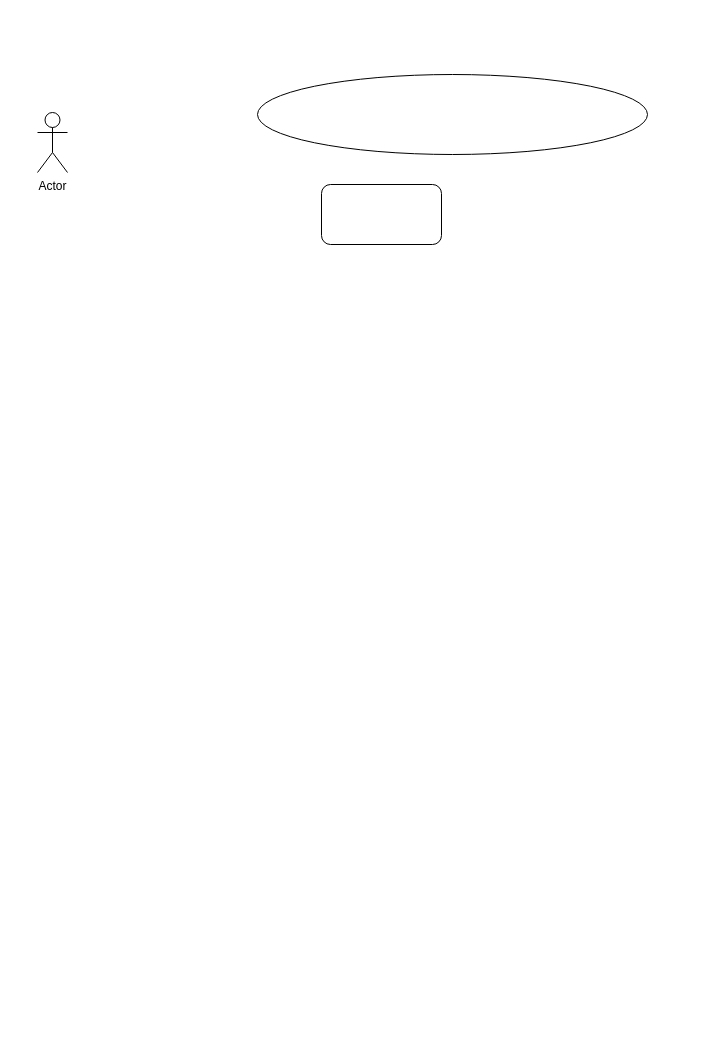
This is page "Use-case" (1 of 4) of Диаграмма без названия.drawio from Nikolai-ip/Coffe-Story-Unity-game, a draw.io file, before an edit. Source tidied: cells renumbered, new cells numbered last; positions are measured from the earlier drawing's top-left corner, leaving out a move shared by most shapes. Both pictures are drawn from the tidied source at 100%, with x=0, y=0 at pixel (37, 74).
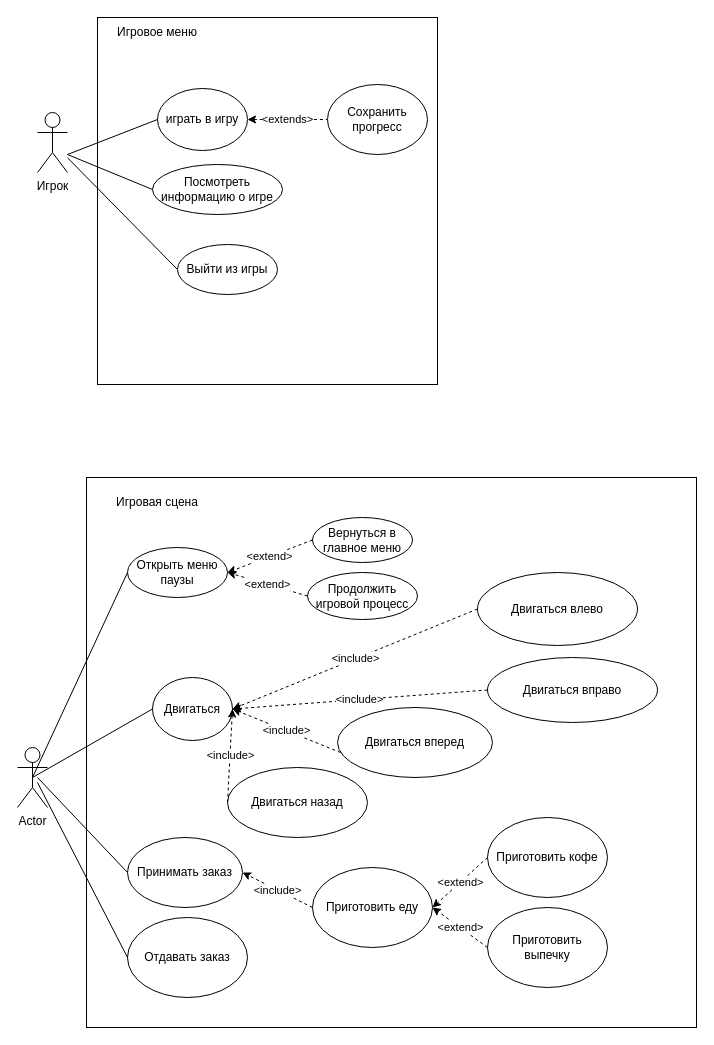
The same page after the edit.

What changed in the source:
```diff
@@
-    <mxCell id="2" value="Actor" style="shape=umlActor;verticalLabelPosition=bottom;verticalAlign=top;html=1;outlineConnect=0;" parent="1" vertex="1">
+    <mxCell id="2" value="Игрок" style="shape=umlActor;verticalLabelPosition=bottom;verticalAlign=top;html=1;outlineConnect=0;" parent="1" vertex="1">
       <mxGeometry y="38" width="30" height="60" as="geometry" />
     </mxCell>
-    <mxCell id="3" style="rounded=1;whiteSpace=wrap;html=1;" parent="1" vertex="1">
-      <mxGeometry x="284" y="110" width="120" height="60" as="geometry" />
-    </mxCell>
-    <mxCell id="4" style="ellipse;whiteSpace=wrap;html=1;" parent="1" vertex="1">
-      <mxGeometry x="220" width="390" height="80" as="geometry" />
-    </mxCell>
+    <mxCell id="5" style="rounded=0;whiteSpace=wrap;html=1;" parent="1" vertex="1">
+      <mxGeometry x="60" y="-57" width="340" height="367" as="geometry" />
+    </mxCell>
+    <mxCell id="6" value="Игровое меню" style="text;html=1;strokeColor=none;fillColor=none;align=center;verticalAlign=middle;whiteSpace=wrap;rounded=0;" parent="1" vertex="1">
+      <mxGeometry x="60" y="-57" width="120" height="30" as="geometry" />
+    </mxCell>
+    <mxCell id="7" value="играть в игру" style="ellipse;whiteSpace=wrap;html=1;" parent="1" vertex="1">
+      <mxGeometry x="120" y="14" width="90" height="62" as="geometry" />
+    </mxCell>
+    <mxCell id="8" value="&amp;lt;extends&amp;gt;" style="endArrow=none;html=1;rounded=0;exitX=1;exitY=0.5;exitDx=0;exitDy=0;dashed=1;endFill=0;startArrow=classic;startFill=1;" parent="1" edge="1" source="7" target="9">
+      <mxGeometry relative="1" as="geometry" />
+    </mxCell>
+    <mxCell id="9" value="Сохранить прогресс" style="ellipse;whiteSpace=wrap;html=1;" parent="1" vertex="1">
+      <mxGeometry x="290" y="10" width="100" height="70" as="geometry" />
+    </mxCell>
+    <mxCell id="10" value="Выйти из игры" style="ellipse;whiteSpace=wrap;html=1;" parent="1" vertex="1">
+      <mxGeometry x="140" y="170" width="100" height="50" as="geometry" />
+    </mxCell>
+    <mxCell id="11" style="endArrow=none;html=1;rounded=0;entryX=0;entryY=0.5;entryDx=0;entryDy=0;endFill=0;" parent="1" edge="1" source="2" target="10">
+      <mxGeometry relative="1" as="geometry" />
+    </mxCell>
+    <mxCell id="12" style="endArrow=none;html=1;rounded=0;entryX=0;entryY=0.5;entryDx=0;entryDy=0;" parent="1" edge="1" target="7">
+      <mxGeometry relative="1" as="geometry">
+        <mxPoint x="30" y="80" as="sourcePoint" />
+      </mxGeometry>
+    </mxCell>
+    <mxCell id="13" value="Посмотреть информацию о игре" style="ellipse;whiteSpace=wrap;html=1;" parent="1" vertex="1">
+      <mxGeometry x="115" y="90" width="130" height="50" as="geometry" />
+    </mxCell>
+    <mxCell id="14" style="endArrow=none;html=1;rounded=0;entryX=0;entryY=0.5;entryDx=0;entryDy=0;" parent="1" edge="1" target="13">
+      <mxGeometry relative="1" as="geometry">
+        <mxPoint x="30" y="80" as="sourcePoint" />
+      </mxGeometry>
+    </mxCell>
+    <mxCell id="15" value="Actor" style="shape=umlActor;verticalLabelPosition=bottom;verticalAlign=top;html=1;outlineConnect=0;" parent="1" vertex="1">
+      <mxGeometry x="-20" y="673" width="30" height="60" as="geometry" />
+    </mxCell>
+    <mxCell id="16" style="rounded=0;whiteSpace=wrap;html=1;" parent="1" vertex="1">
+      <mxGeometry x="49" y="403" width="610" height="550" as="geometry" />
+    </mxCell>
+    <mxCell id="17" value="Игровая сцена" style="text;html=1;strokeColor=none;fillColor=none;align=center;verticalAlign=middle;whiteSpace=wrap;rounded=0;" parent="1" vertex="1">
+      <mxGeometry x="70" y="413" width="100" height="30" as="geometry" />
+    </mxCell>
+    <mxCell id="18" value="Открыть меню паузы" style="ellipse;whiteSpace=wrap;html=1;" parent="1" vertex="1">
+      <mxGeometry x="90" y="473" width="100" height="50" as="geometry" />
+    </mxCell>
+    <mxCell id="19" value="Продолжить игровой процесс" style="ellipse;whiteSpace=wrap;html=1;" parent="1" vertex="1">
+      <mxGeometry x="270" y="498" width="110" height="47" as="geometry" />
+    </mxCell>
+    <mxCell id="20" value="Вернуться в главное меню" style="ellipse;whiteSpace=wrap;html=1;" parent="1" vertex="1">
+      <mxGeometry x="275" y="443" width="100" height="45" as="geometry" />
+    </mxCell>
+    <mxCell id="21" value="Двигаться" style="ellipse;whiteSpace=wrap;html=1;" parent="1" vertex="1">
+      <mxGeometry x="115" y="603" width="80" height="63" as="geometry" />
+    </mxCell>
+    <mxCell id="22" value="Двигаться влево" style="ellipse;whiteSpace=wrap;html=1;" parent="1" vertex="1">
+      <mxGeometry x="440" y="498" width="160" height="73" as="geometry" />
+    </mxCell>
+    <mxCell id="23" value="Двигаться вперед" style="ellipse;whiteSpace=wrap;html=1;" parent="1" vertex="1">
+      <mxGeometry x="300" y="633" width="155" height="70" as="geometry" />
+    </mxCell>
+    <mxCell id="24" value="Двигаться вправо" style="ellipse;whiteSpace=wrap;html=1;" parent="1" vertex="1">
+      <mxGeometry x="450" y="583" width="170" height="65" as="geometry" />
+    </mxCell>
+    <mxCell id="25" value="Принимать заказ" style="ellipse;whiteSpace=wrap;html=1;" parent="1" vertex="1">
+      <mxGeometry x="90" y="763" width="115" height="70" as="geometry" />
+    </mxCell>
+    <mxCell id="26" value="Двигаться назад" style="ellipse;whiteSpace=wrap;html=1;" parent="1" vertex="1">
+      <mxGeometry x="190" y="693" width="140" height="70" as="geometry" />
+    </mxCell>
+    <mxCell id="27" value="Отдавать заказ" style="ellipse;whiteSpace=wrap;html=1;" parent="1" vertex="1">
+      <mxGeometry x="90" y="843" width="120" height="80" as="geometry" />
+    </mxCell>
+    <mxCell id="28" value="Приготовить еду" style="ellipse;whiteSpace=wrap;html=1;" parent="1" vertex="1">
+      <mxGeometry x="275" y="793" width="120" height="80" as="geometry" />
+    </mxCell>
+    <mxCell id="29" value="Приготовить кофе" style="ellipse;whiteSpace=wrap;html=1;" parent="1" vertex="1">
+      <mxGeometry x="450" y="743" width="120" height="80" as="geometry" />
+    </mxCell>
+    <mxCell id="30" value="Приготовить выпечку" style="ellipse;whiteSpace=wrap;html=1;" parent="1" vertex="1">
+      <mxGeometry x="450" y="833" width="120" height="80" as="geometry" />
+    </mxCell>
+    <mxCell id="31" value="&amp;lt;include&amp;gt;" style="endArrow=classic;html=1;rounded=0;exitX=0;exitY=0.5;exitDx=0;exitDy=0;dashed=1;entryX=1;entryY=0.5;entryDx=0;entryDy=0;" parent="1" edge="1" source="22" target="21">
+      <mxGeometry relative="1" as="geometry" />
+    </mxCell>
+    <mxCell id="32" value="&amp;lt;include&amp;gt;" style="endArrow=classic;html=1;rounded=0;dashed=1;entryX=1;entryY=0.5;entryDx=0;entryDy=0;exitX=0;exitY=0.5;exitDx=0;exitDy=0;" parent="1" edge="1" source="24" target="21">
+      <mxGeometry relative="1" as="geometry" />
+    </mxCell>
+    <mxCell id="33" value="&amp;lt;include&amp;gt;" style="endArrow=classic;html=1;rounded=0;dashed=1;exitX=0.02;exitY=0.643;exitDx=0;exitDy=0;exitPerimeter=0;entryX=1;entryY=0.5;entryDx=0;entryDy=0;" parent="1" edge="1" source="23" target="21">
+      <mxGeometry relative="1" as="geometry" />
+    </mxCell>
+    <mxCell id="34" value="&amp;lt;include&amp;gt;" style="endArrow=classic;html=1;rounded=0;dashed=1;exitX=0;exitY=0.5;exitDx=0;exitDy=0;entryX=1;entryY=0.5;entryDx=0;entryDy=0;" parent="1" edge="1" source="26" target="21">
+      <mxGeometry relative="1" as="geometry" />
+    </mxCell>
+    <mxCell id="35" value="&amp;lt;extend&amp;gt;" style="endArrow=classic;html=1;rounded=0;dashed=1;entryX=1;entryY=0.5;entryDx=0;entryDy=0;exitX=0;exitY=0.5;exitDx=0;exitDy=0;" parent="1" edge="1" source="20" target="18">
+      <mxGeometry relative="1" as="geometry" />
+    </mxCell>
+    <mxCell id="36" value="&amp;lt;extend&amp;gt;" style="endArrow=classic;html=1;rounded=0;dashed=1;entryX=1;entryY=0.5;entryDx=0;entryDy=0;exitX=0;exitY=0.5;exitDx=0;exitDy=0;" parent="1" edge="1" source="19" target="18">
+      <mxGeometry relative="1" as="geometry" />
+    </mxCell>
+    <mxCell id="37" value="&amp;lt;extend&amp;gt;" style="endArrow=classic;html=1;rounded=0;dashed=1;exitX=0;exitY=0.5;exitDx=0;exitDy=0;entryX=1;entryY=0.5;entryDx=0;entryDy=0;" parent="1" edge="1" source="29" target="28">
+      <mxGeometry relative="1" as="geometry" />
+    </mxCell>
+    <mxCell id="38" value="&amp;lt;extend&amp;gt;" style="endArrow=classic;html=1;rounded=0;dashed=1;exitX=0;exitY=0.5;exitDx=0;exitDy=0;entryX=1;entryY=0.5;entryDx=0;entryDy=0;" parent="1" edge="1" source="30" target="28">
+      <mxGeometry relative="1" as="geometry" />
+    </mxCell>
+    <mxCell id="39" value="&amp;lt;include&amp;gt;" style="endArrow=classic;html=1;rounded=0;dashed=1;exitX=0;exitY=0.5;exitDx=0;exitDy=0;entryX=1;entryY=0.5;entryDx=0;entryDy=0;" parent="1" edge="1" source="28" target="25">
+      <mxGeometry relative="1" as="geometry" />
+    </mxCell>
+    <mxCell id="40" style="endArrow=none;html=1;rounded=0;exitX=0.5;exitY=0.5;exitDx=0;exitDy=0;exitPerimeter=0;entryX=0;entryY=0.5;entryDx=0;entryDy=0;" parent="1" edge="1" source="15" target="18">
+      <mxGeometry relative="1" as="geometry" />
+    </mxCell>
+    <mxCell id="41" style="endArrow=none;html=1;rounded=0;exitX=0.5;exitY=0.5;exitDx=0;exitDy=0;exitPerimeter=0;entryX=0;entryY=0.5;entryDx=0;entryDy=0;" parent="1" edge="1" source="15" target="21">
+      <mxGeometry relative="1" as="geometry" />
+    </mxCell>
+    <mxCell id="42" style="endArrow=none;html=1;rounded=0;entryX=0;entryY=0.5;entryDx=0;entryDy=0;" parent="1" edge="1" target="25">
+      <mxGeometry relative="1" as="geometry">
+        <mxPoint y="703" as="sourcePoint" />
+      </mxGeometry>
+    </mxCell>
+    <mxCell id="43" style="endArrow=none;html=1;rounded=0;entryX=0;entryY=0.5;entryDx=0;entryDy=0;" parent="1" edge="1" target="27">
+      <mxGeometry relative="1" as="geometry">
+        <mxPoint y="708" as="sourcePoint" />
+      </mxGeometry>
+    </mxCell>
```
